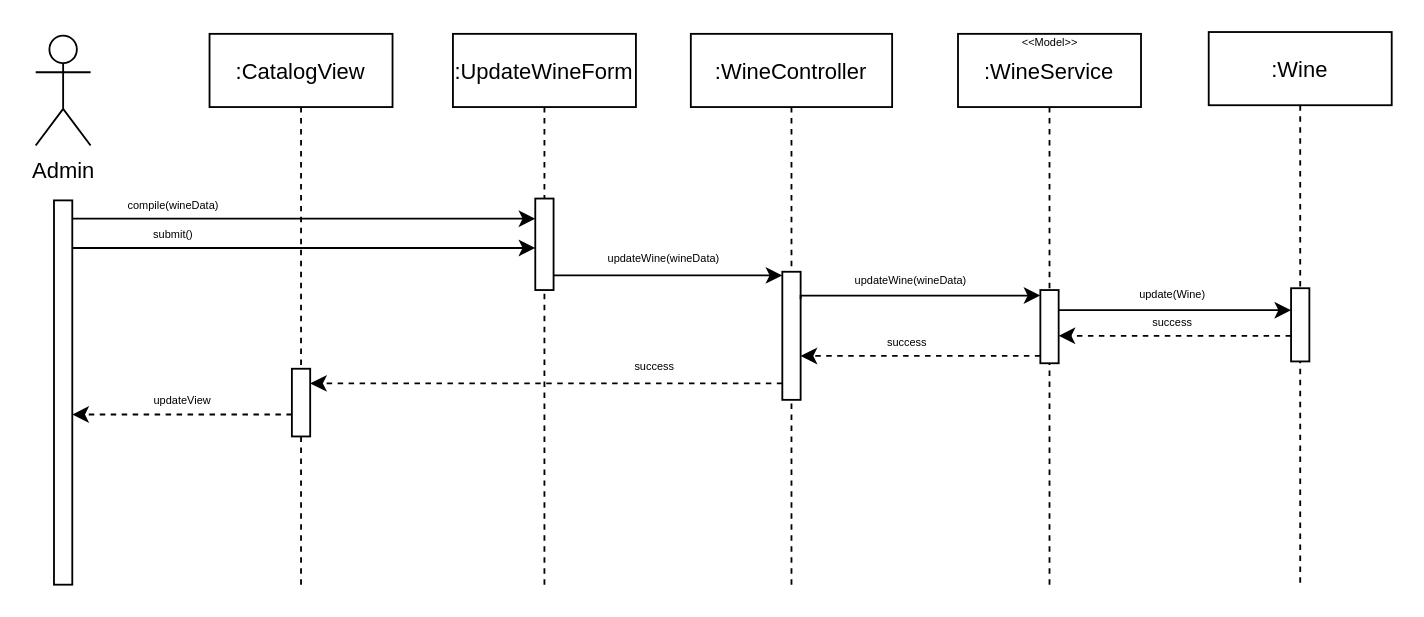
Before: page "UpdateWine" (2 of 3) of Docs/Requirements Analysis/Diagrams/Sequence Diagrams/Admin/Winer.Admin.GestioneVini.drawio in Gprisco/winer-unisa, a draw.io diagram. Source tidied: cells renumbered, new cells numbered last; positions are measured from the earlier drawing's top-left corner, leaving out a move shared by most shapes. Both pictures are drawn from the tidied source at 183%, with x=0, y=0 at pixel (35, 31).
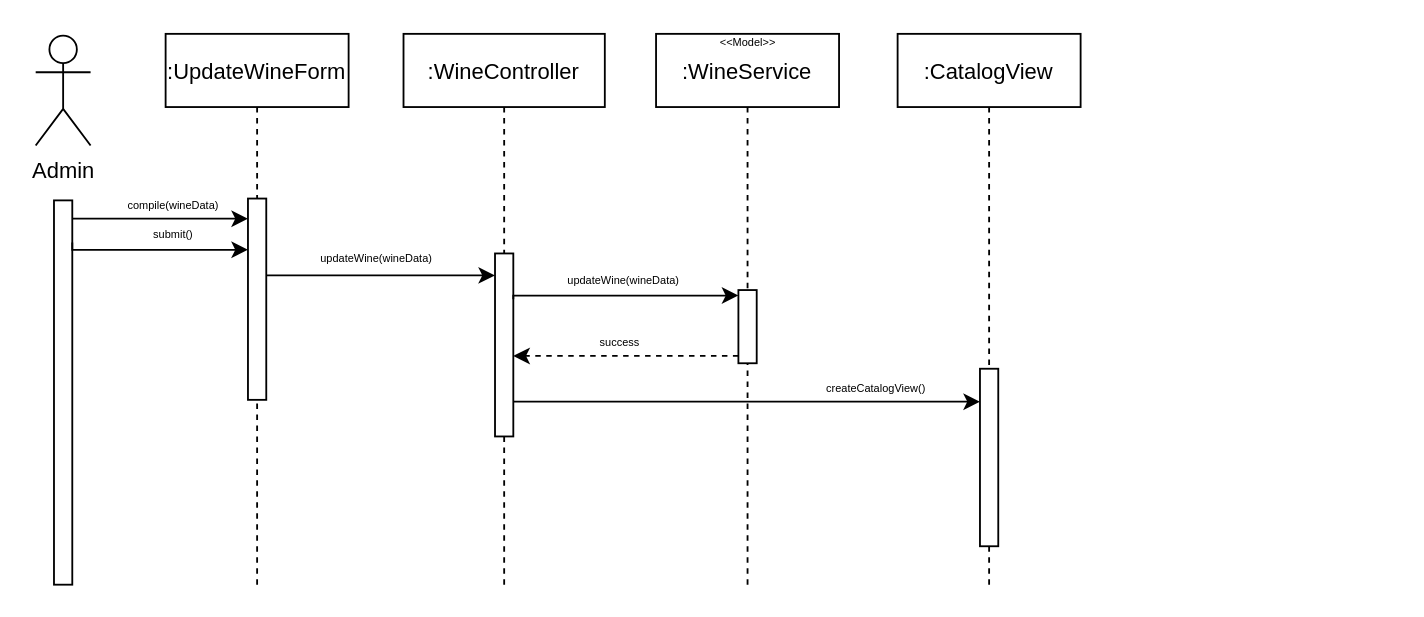
After the change.

The change refers to these unchanged cells:
```xml
<mxCell id="6" style="points=[];perimeter=orthogonalPerimeter;rounded=0;shadow=0;strokeWidth=1;" parent="1" vertex="1">
  <mxGeometry x="10" y="92" width="10" height="210" as="geometry" />
</mxCell>
<mxCell id="10" style="points=[];perimeter=orthogonalPerimeter;rounded=0;shadow=0;strokeWidth=1;" parent="9" vertex="1">
  <mxGeometry x="45" y="140" width="10" height="40" as="geometry" />
</mxCell>
```

What changed in the source:
```diff
@@
     <mxCell id="2" value=":UpdateWineForm" style="shape=umlLifeline;perimeter=lifelinePerimeter;rounded=0;shadow=0;strokeWidth=1;" parent="1" vertex="1">
-      <mxGeometry x="228" y="1" width="100" height="301" as="geometry" />
+      <mxGeometry x="71" y="1" width="100" height="301" as="geometry" />
     </mxCell>
     <mxCell id="3" style="points=[];perimeter=orthogonalPerimeter;rounded=0;shadow=0;strokeWidth=1;" parent="2" vertex="1">
-      <mxGeometry x="45" y="90" width="10" height="50" as="geometry" />
+      <mxGeometry x="45" y="90" width="10" height="110" as="geometry" />
     </mxCell>
@@
     <mxCell id="7" value=":WineController" style="shape=umlLifeline;perimeter=lifelinePerimeter;rounded=0;shadow=0;strokeWidth=1;" parent="1" vertex="1">
-      <mxGeometry x="358" y="1" width="110" height="301" as="geometry" />
+      <mxGeometry x="201" y="1" width="110" height="301" as="geometry" />
     </mxCell>
     <mxCell id="8" style="points=[];perimeter=orthogonalPerimeter;rounded=0;shadow=0;strokeWidth=1;" parent="7" vertex="1">
-      <mxGeometry x="50" y="130" width="10" height="70" as="geometry" />
+      <mxGeometry x="50" y="120" width="10" height="100" as="geometry" />
     </mxCell>
     <mxCell id="9" value=":WineService" style="shape=umlLifeline;perimeter=lifelinePerimeter;rounded=0;shadow=0;strokeWidth=1;" parent="1" vertex="1">
-      <mxGeometry x="504" y="1" width="100" height="301" as="geometry" />
+      <mxGeometry x="339" y="1" width="100" height="301" as="geometry" />
     </mxCell>
@@
     <mxCell id="12" style="edgeStyle=orthogonalEdgeStyle;rounded=0;orthogonalLoop=1;jettySize=auto;html=1;" parent="1" edge="1">
       <mxGeometry relative="1" as="geometry">
-        <mxPoint x="283" y="133" as="sourcePoint" />
-        <mxPoint x="408" y="133" as="targetPoint" />
+        <mxPoint x="126" y="133" as="sourcePoint" />
+        <mxPoint x="251" y="133" as="targetPoint" />
         <Array as="points">
-          <mxPoint x="408" y="133" />
+          <mxPoint x="251" y="133" />
         </Array>
       </mxGeometry>
     </mxCell>
     <mxCell id="13" value="updateWine(wineData)" style="text;html=1;align=center;verticalAlign=middle;strokeColor=none;fillColor=none;fontSize=6;" parent="1" vertex="1">
-      <mxGeometry x="303" y="119" width="80" height="10" as="geometry" />
+      <mxGeometry x="146" y="119" width="80" height="10" as="geometry" />
     </mxCell>
@@
     <mxCell id="15" value="updateWine(wineData)" style="text;html=1;align=center;verticalAlign=middle;strokeColor=none;fillColor=none;fontSize=6;" parent="1" vertex="1">
-      <mxGeometry x="438" y="131" width="80" height="10" as="geometry" />
+      <mxGeometry x="281" y="131" width="80" height="10" as="geometry" />
     </mxCell>
     <mxCell id="16" style="edgeStyle=orthogonalEdgeStyle;rounded=0;jettySize=auto;html=1;" parent="1" edge="1" target="10">
       <mxGeometry relative="1" as="geometry">
-        <mxPoint x="418" y="146" as="sourcePoint" />
+        <mxPoint x="261" y="146" as="sourcePoint" />
         <Array as="points">
-          <mxPoint x="418" y="144" />
+          <mxPoint x="261" y="144" />
         </Array>
       </mxGeometry>
     </mxCell>
     <mxCell id="17" style="edgeStyle=orthogonalEdgeStyle;rounded=0;jettySize=auto;html=1;dashed=1;" parent="1" edge="1" source="10">
       <mxGeometry relative="1" as="geometry">
-        <mxPoint x="418" y="177" as="targetPoint" />
+        <mxPoint x="261" y="177" as="targetPoint" />
         <Array as="points">
-          <mxPoint x="520" y="177" />
-          <mxPoint x="520" y="177" />
+          <mxPoint x="363" y="177" />
+          <mxPoint x="363" y="177" />
         </Array>
       </mxGeometry>
     </mxCell>
     <mxCell id="18" value="success" style="text;html=1;align=center;verticalAlign=middle;strokeColor=none;fillColor=none;fontSize=6;" parent="1" vertex="1">
-      <mxGeometry x="456" y="165" width="40" height="10" as="geometry" />
+      <mxGeometry x="299" y="165" width="40" height="10" as="geometry" />
     </mxCell>
@@
     <mxCell id="20" style="edgeStyle=orthogonalEdgeStyle;rounded=0;orthogonalLoop=1;jettySize=auto;html=1;" parent="1" edge="1">
       <mxGeometry relative="1" as="geometry">
-        <mxPoint x="20" y="118" as="sourcePoint" />
-        <mxPoint x="273" y="118" as="targetPoint" />
+        <mxPoint x="20" y="115" as="sourcePoint" />
+        <mxPoint x="116" y="119" as="targetPoint" />
         <Array as="points">
-          <mxPoint x="20" y="118" />
+          <mxPoint x="20" y="119" />
         </Array>
       </mxGeometry>
     </mxCell>
-    <mxCell id="21" value="success" style="text;html=1;align=center;verticalAlign=middle;strokeColor=none;fillColor=none;fontSize=6;" parent="1" vertex="1">
-      <mxGeometry x="318" y="178" width="40" height="10" as="geometry" />
-    </mxCell>
-    <mxCell id="22" style="edgeStyle=orthogonalEdgeStyle;rounded=0;jettySize=auto;html=1;dashed=1;" parent="1" edge="1" source="8" target="24">
-      <mxGeometry relative="1" as="geometry">
-        <Array as="points">
-          <mxPoint x="211" y="192" />
-          <mxPoint x="211" y="192" />
-        </Array>
-      </mxGeometry>
-    </mxCell>
     <mxCell id="23" value=":CatalogView" style="shape=umlLifeline;perimeter=lifelinePerimeter;rounded=0;shadow=0;strokeWidth=1;" parent="1" vertex="1">
-      <mxGeometry x="95" y="1" width="100" height="301" as="geometry" />
+      <mxGeometry x="471" y="1" width="100" height="301" as="geometry" />
     </mxCell>
     <mxCell id="24" style="points=[];perimeter=orthogonalPerimeter;rounded=0;shadow=0;strokeWidth=1;" parent="23" vertex="1">
-      <mxGeometry x="45" y="183" width="10" height="37" as="geometry" />
+      <mxGeometry x="45" y="183" width="10" height="97" as="geometry" />
     </mxCell>
-    <mxCell id="25" value=":Wine" style="shape=umlLifeline;perimeter=lifelinePerimeter;rounded=0;shadow=0;strokeWidth=1;" parent="1" vertex="1">
-      <mxGeometry x="641" width="100" height="302" as="geometry" />
-    </mxCell>
-    <mxCell id="26" style="points=[];perimeter=orthogonalPerimeter;rounded=0;shadow=0;strokeWidth=1;" parent="25" vertex="1">
-      <mxGeometry x="45" y="140" width="10" height="40" as="geometry" />
-    </mxCell>
-    <mxCell id="27" style="edgeStyle=orthogonalEdgeStyle;rounded=0;jettySize=auto;html=1;fontSize=6;" parent="1" edge="1" source="10" target="26">
-      <mxGeometry relative="1" as="geometry">
-        <Array as="points">
-          <mxPoint x="623" y="152" />
-          <mxPoint x="623" y="152" />
-        </Array>
-      </mxGeometry>
-    </mxCell>
-    <mxCell id="28" value="update(Wine)" style="text;html=1;align=center;verticalAlign=middle;strokeColor=none;fillColor=none;fontSize=6;" parent="1" vertex="1">
-      <mxGeometry x="596" y="139" width="50" height="10" as="geometry" />
-    </mxCell>
-    <mxCell id="29" style="edgeStyle=orthogonalEdgeStyle;rounded=0;orthogonalLoop=1;jettySize=auto;html=1;dashed=1;" parent="1" edge="1">
-      <mxGeometry relative="1" as="geometry">
-        <mxPoint x="686" y="166" as="sourcePoint" />
-        <mxPoint x="559" y="166" as="targetPoint" />
-        <Array as="points">
-          <mxPoint x="686" y="166" />
-        </Array>
-      </mxGeometry>
-    </mxCell>
-    <mxCell id="30" value="success" style="text;html=1;align=center;verticalAlign=middle;strokeColor=none;fillColor=none;fontSize=6;" parent="1" vertex="1">
-      <mxGeometry x="600.5" y="154.4" width="40" height="10" as="geometry" />
-    </mxCell>
-    <mxCell id="31" style="edgeStyle=orthogonalEdgeStyle;rounded=0;jettySize=auto;html=1;fontSize=6;dashed=1;" parent="1" edge="1" source="24" target="6">
-      <mxGeometry relative="1" as="geometry">
-        <Array as="points">
-          <mxPoint x="51" y="209" />
-          <mxPoint x="51" y="209" />
-        </Array>
-      </mxGeometry>
-    </mxCell>
-    <mxCell id="32" value="updateView" style="text;html=1;align=center;verticalAlign=middle;strokeColor=none;fillColor=none;fontSize=6;" parent="1" vertex="1">
-      <mxGeometry x="55" y="197" width="50" height="10" as="geometry" />
-    </mxCell>
+    <mxCell id="22" style="edgeStyle=orthogonalEdgeStyle;rounded=0;jettySize=auto;html=1;" parent="1" edge="1" source="8" target="24">
+      <mxGeometry relative="1" as="geometry">
+        <Array as="points">
+          <mxPoint x="321" y="202" />
+          <mxPoint x="321" y="202" />
+        </Array>
+      </mxGeometry>
+    </mxCell>
+    <mxCell id="33" value="createCatalogView()" style="text;html=1;align=center;verticalAlign=middle;strokeColor=none;fillColor=none;fontSize=6;" parent="1" vertex="1">
+      <mxGeometry x="424" y="190" width="70" height="10" as="geometry" />
+    </mxCell>
```
